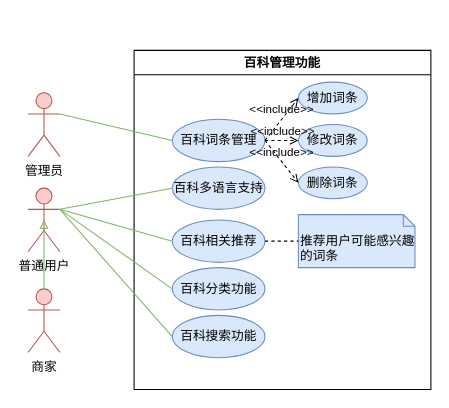
Above: 海洋生物百科/用例图/百科管理功能.drawio in Running-Turtle1/Graph (draw.io), before the change. Source tidied: cells renumbered, new cells numbered last; positions are measured from the earlier drawing's top-left corner, leaving out a move shared by most shapes. Both pictures are drawn from the tidied source at 106%, with x=0, y=0 at pixel (28, 50).
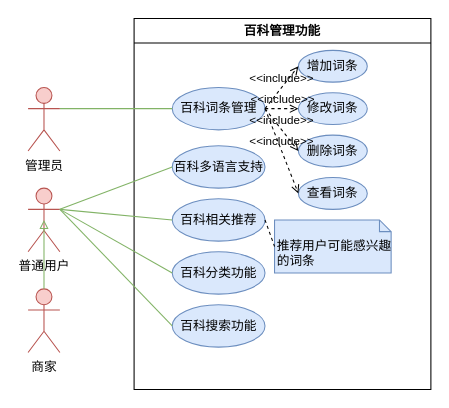
After the change.

Commit message (it also covers changes not shown here):
更新百科管理功能.drawio

Unchanged cells that the change refers to:
```xml
<mxCell id="3" value="百科词条管理" style="ellipse;whiteSpace=wrap;html=1;fillColor=#dae8fc;strokeColor=#6c8ebf;" parent="2" vertex="1">
  <mxGeometry x="36" y="65" width="87.5" height="40" as="geometry" />
</mxCell>
```

Diff of the diagram source:
```diff
@@
     <mxCell id="2" value="百科管理功能" style="swimlane;whiteSpace=wrap;html=1;" parent="1" vertex="1">
-      <mxGeometry x="100" width="280" height="320" as="geometry" />
+      <mxGeometry x="100" y="-30" width="280" height="350" as="geometry" />
     </mxCell>
@@
     <mxCell id="4" value="百科多语言支持" style="ellipse;whiteSpace=wrap;html=1;fillColor=#dae8fc;strokeColor=#6c8ebf;" parent="2" vertex="1">
-      <mxGeometry x="36" y="110" width="87.5" height="40" as="geometry" />
+      <mxGeometry x="36" y="120" width="87.5" height="40" as="geometry" />
     </mxCell>
     <mxCell id="5" value="百科相关推荐" style="ellipse;whiteSpace=wrap;html=1;fillColor=#dae8fc;strokeColor=#6c8ebf;" parent="2" vertex="1">
-      <mxGeometry x="36" y="160" width="87.5" height="40" as="geometry" />
+      <mxGeometry x="36" y="170" width="87.5" height="40" as="geometry" />
     </mxCell>
     <mxCell id="6" value="百科分类功能" style="ellipse;whiteSpace=wrap;html=1;fillColor=#dae8fc;strokeColor=#6c8ebf;" parent="2" vertex="1">
-      <mxGeometry x="36" y="205" width="87.5" height="40" as="geometry" />
+      <mxGeometry x="36" y="220" width="87.5" height="40" as="geometry" />
     </mxCell>
     <mxCell id="7" value="百科搜索功能" style="ellipse;whiteSpace=wrap;html=1;fillColor=#dae8fc;strokeColor=#6c8ebf;" parent="2" vertex="1">
-      <mxGeometry x="36" y="250" width="87.5" height="40" as="geometry" />
+      <mxGeometry x="36" y="270" width="87.5" height="40" as="geometry" />
     </mxCell>
@@
     <mxCell id="14" value="推荐用户可能感兴趣的词条" style="shape=note2;boundedLbl=1;whiteSpace=wrap;html=1;size=11;verticalAlign=top;align=left;fillColor=#dae8fc;strokeColor=#6c8ebf;" parent="2" vertex="1">
-      <mxGeometry x="155" y="155" width="110" height="50" as="geometry" />
+      <mxGeometry x="132.5" y="190" width="110" height="50" as="geometry" />
     </mxCell>
@@
+    <mxCell id="25" value="查看词条" style="ellipse;whiteSpace=wrap;html=1;fillColor=#dae8fc;strokeColor=#6c8ebf;" parent="2" vertex="1">
+      <mxGeometry x="155" y="150" width="65" height="30" as="geometry" />
+    </mxCell>
+    <mxCell id="26" value="&amp;lt;&amp;lt;include&amp;gt;&amp;gt;" style="html=1;verticalAlign=bottom;labelBackgroundColor=none;endArrow=open;endFill=0;dashed=1;rounded=0;exitX=1;exitY=0.5;exitDx=0;exitDy=0;entryX=0;entryY=0.5;entryDx=0;entryDy=0;" parent="2" edge="1" source="3" target="25">
+      <mxGeometry relative="1" as="geometry" />
+    </mxCell>
@@
     <mxCell id="18" value="管理员" style="shape=umlActor;verticalLabelPosition=bottom;verticalAlign=top;html=1;fillColor=#f8cecc;strokeColor=#b85450;" parent="1" vertex="1">
-      <mxGeometry y="40" width="30" height="60" as="geometry" />
+      <mxGeometry y="35" width="30" height="60" as="geometry" />
     </mxCell>
```
